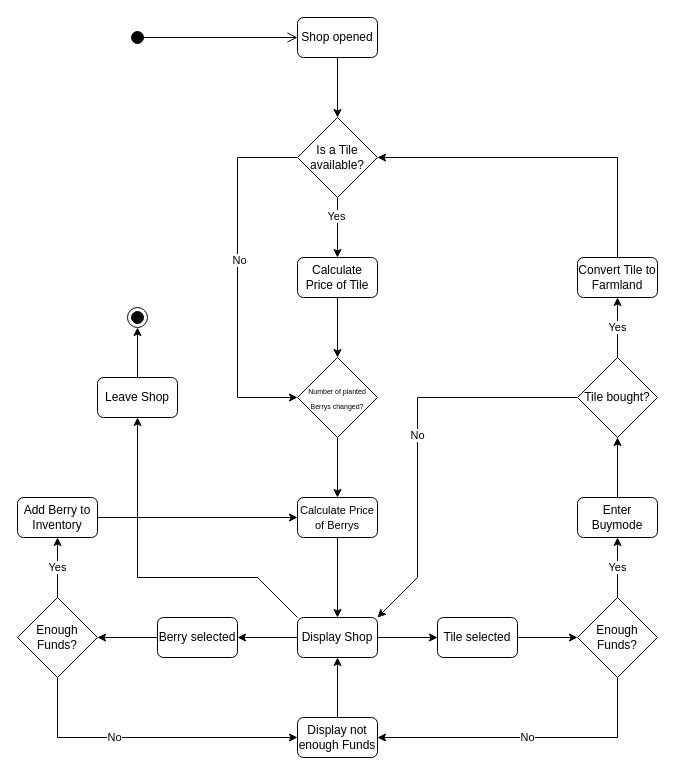
Before: Shop.drawio in JakobKrug/DrawIO, a draw.io diagram. Source tidied: cells renumbered, new cells numbered last; positions are measured from the earlier drawing's top-left corner, leaving out a move shared by most shapes. Both pictures are drawn from the tidied source at 100%, with x=0, y=0 at pixel (17, 17).
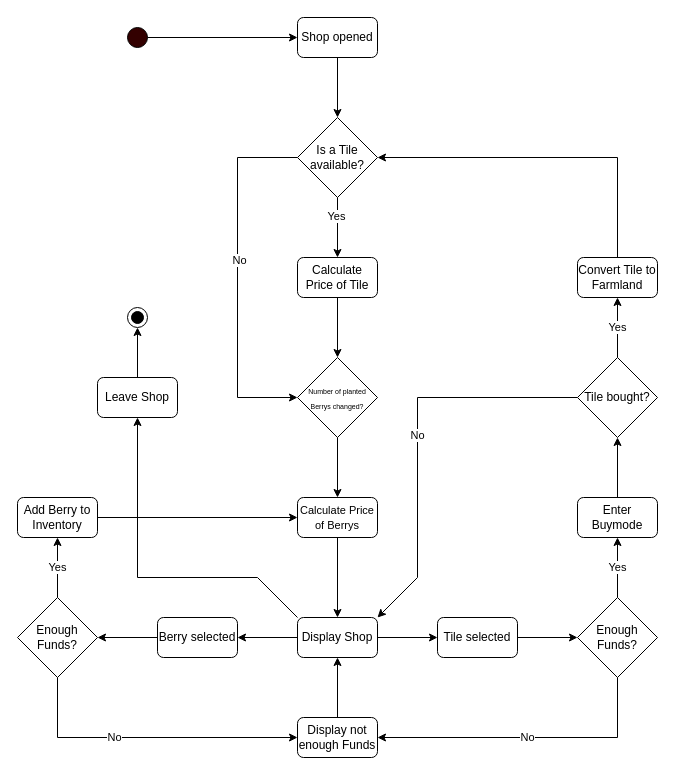
The same diagram, later.

The change refers to these unchanged cells:
```xml
<mxCell id="2" value="Shop opened" style="rounded=1;whiteSpace=wrap;html=1;" parent="1" vertex="1">
  <mxGeometry x="280" width="80" height="40" as="geometry" />
</mxCell>
```

Change to the diagram source:
```diff
@@
-    <mxCell id="44" style="ellipse;html=1;shape=startState;fillColor=#000000;strokeColor=light-dark(#000000, #ff9090);" parent="1" vertex="1">
-      <mxGeometry x="110" y="10" width="20" height="20" as="geometry" />
-    </mxCell>
-    <mxCell id="45" style="edgeStyle=orthogonalEdgeStyle;html=1;verticalAlign=bottom;endArrow=open;endSize=8;strokeColor=light-dark(#000000, #ff9090);rounded=0;entryX=0;entryY=0.5;entryDx=0;entryDy=0;exitX=0.5;exitY=0.5;exitDx=0;exitDy=0;exitPerimeter=0;" parent="1" edge="1" source="44" target="2">
-      <mxGeometry relative="1" as="geometry" />
-    </mxCell>
+    <mxCell id="46" style="ellipse;whiteSpace=wrap;html=1;fillColor=#330000;" parent="1" vertex="1">
+      <mxGeometry x="110" y="10" width="20" height="20" as="geometry" />
+    </mxCell>
+    <mxCell id="47" style="endArrow=classic;html=1;rounded=0;exitX=1;exitY=0.5;exitDx=0;exitDy=0;entryX=0;entryY=0.5;entryDx=0;entryDy=0;" parent="1" edge="1" source="46" target="2">
+      <mxGeometry relative="1" as="geometry" />
+    </mxCell>
```
